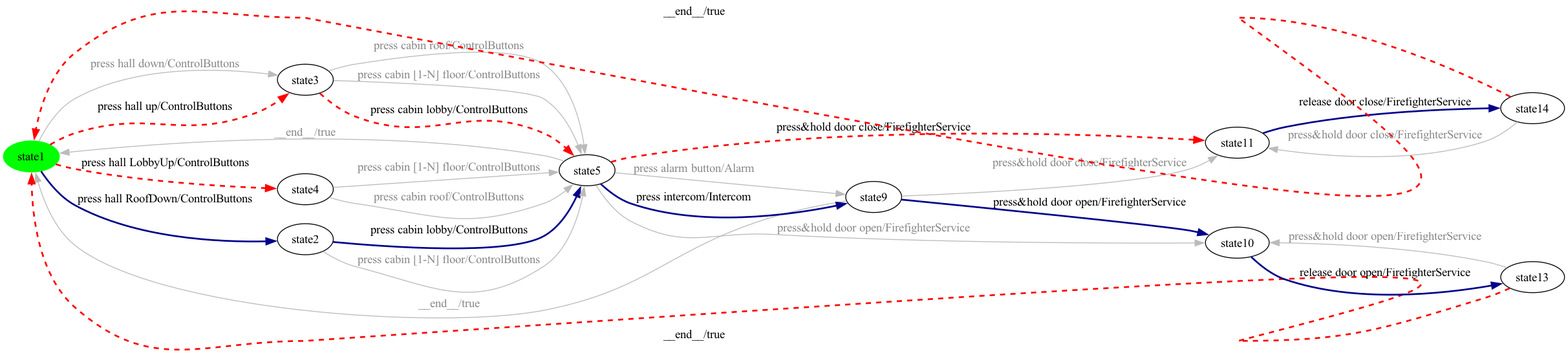
Above: milestone-reports/per-product-all-states/Elevator/Elevator-product28-walk.png in dilekozturk93/vibes (Graphviz), before the change. Its source is kept beside it as milestone-reports/per-product-all-states/Elevator/Elevator-product28-walk.dot.
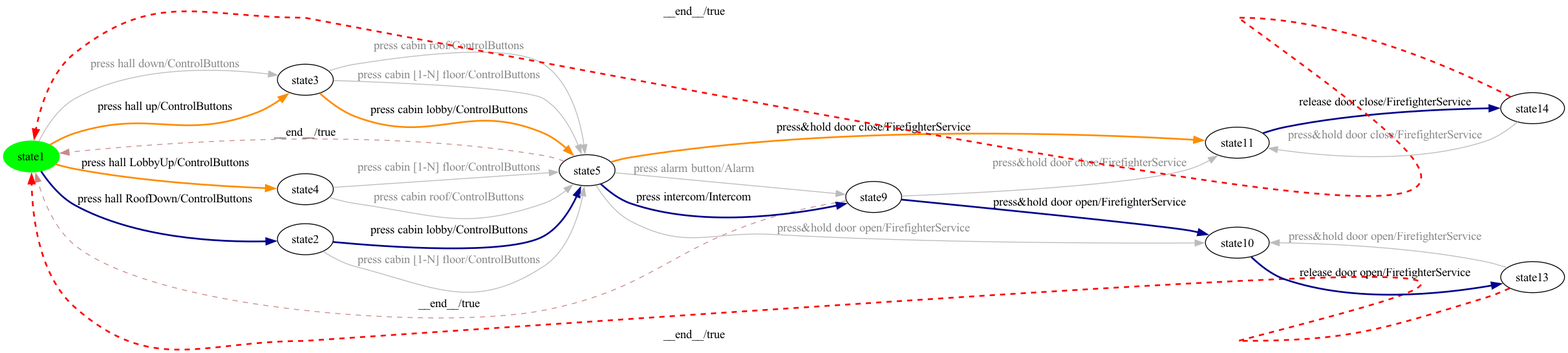
Above is the later version.

Diff of the diagram source:
```diff
@@ -24,15 +24,15 @@
 state6 -> state3 [ label=" press cabin lobby/ControlButtons ", style=bold, color=darkblue, penwidth=2 ];
 state8 -> state3 [ label=" press cabin [1-N] floor/ControlButtons ", color="#bbbbbb", fontcolor="#888888" ];
 state1 -> state4 [ label=" press&hold door close/FirefighterService ", color="#bbbbbb", fontcolor="#888888" ];
-state1 -> state0 [ label=" __end__/true ", color="#bbbbbb", fontcolor="#888888" ];
-state0 -> state8 [ label=" press hall up/ControlButtons ", style=dashed, color=red, penwidth=2 ];
+state1 -> state0 [ label=" __end__/true ", style=dashed, color="#cc8888" ];
+state0 -> state8 [ label=" press hall up/ControlButtons ", style=bold, color=darkorange, penwidth=2 ];
 state5 -> state2 [ label=" release door open/FirefighterService ", style=bold, color=darkblue, penwidth=2 ];
 state6 -> state3 [ label=" press cabin [1-N] floor/ControlButtons ", color="#bbbbbb", fontcolor="#888888" ];
 state4 -> state9 [ label=" release door close/FirefighterService ", style=bold, color=darkblue, penwidth=2 ];
-state8 -> state3 [ label=" press cabin lobby/ControlButtons ", style=dashed, color=red, penwidth=2 ];
+state8 -> state3 [ label=" press cabin lobby/ControlButtons ", style=bold, color=darkorange, penwidth=2 ];
 state8 -> state3 [ label=" press cabin roof/ControlButtons ", color="#bbbbbb", fontcolor="#888888" ];
 state0 -> state8 [ label=" press hall down/ControlButtons ", color="#bbbbbb", fontcolor="#888888" ];
-state0 -> state7 [ label=" press hall LobbyUp/ControlButtons ", style=dashed, color=red, penwidth=2 ];
-state3 -> state4 [ label=" press&hold door close/FirefighterService ", style=dashed, color=red, penwidth=2 ];
-state3 -> state0 [ label=" __end__/true ", color="#bbbbbb", fontcolor="#888888" ];
+state0 -> state7 [ label=" press hall LobbyUp/ControlButtons ", style=bold, color=darkorange, penwidth=2 ];
+state3 -> state4 [ label=" press&hold door close/FirefighterService ", style=bold, color=darkorange, penwidth=2 ];
+state3 -> state0 [ label=" __end__/true ", style=dashed, color="#cc8888" ];
 }
```
